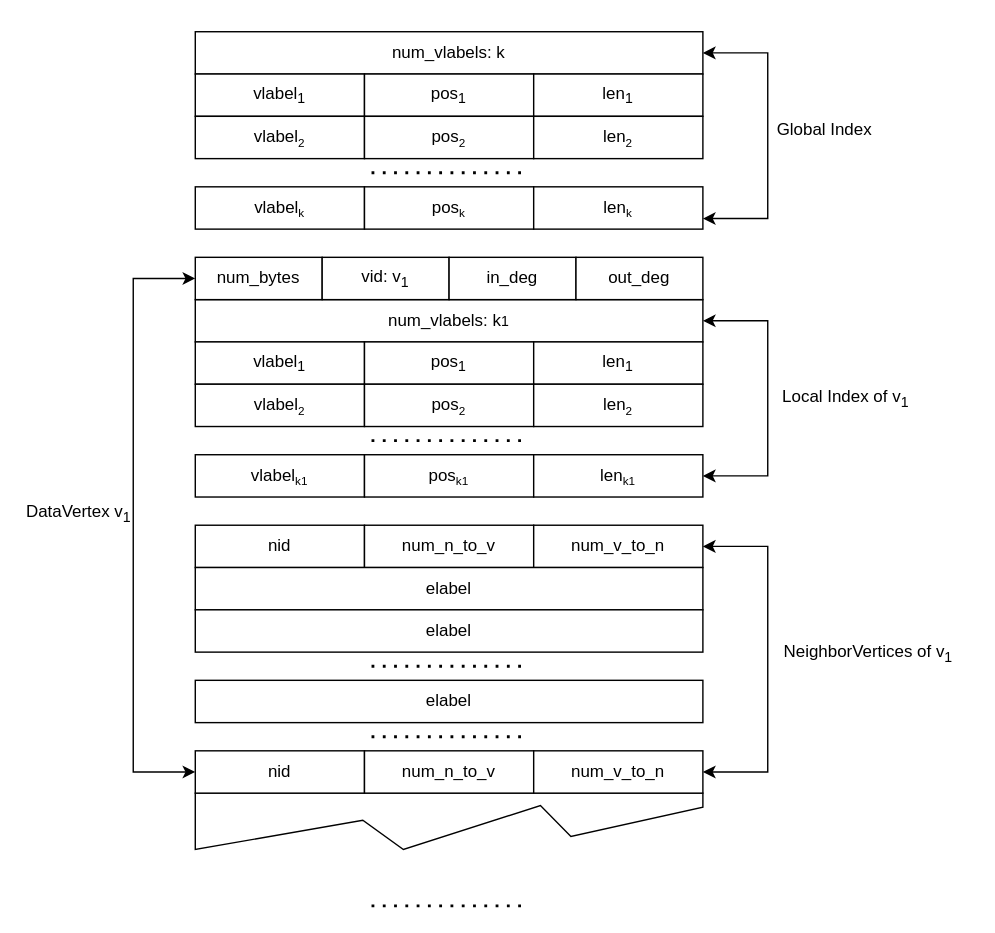
The draw.io diagram img/data_graph.drawio in E-Neo/opgm-paper, before the edit. Source tidied: cells renumbered, new cells numbered last; positions are measured from the earlier drawing's top-left corner, leaving out a move shared by most shapes. Both pictures are drawn from the tidied source at 141%, with x=0, y=0 at pixel (133, 31).
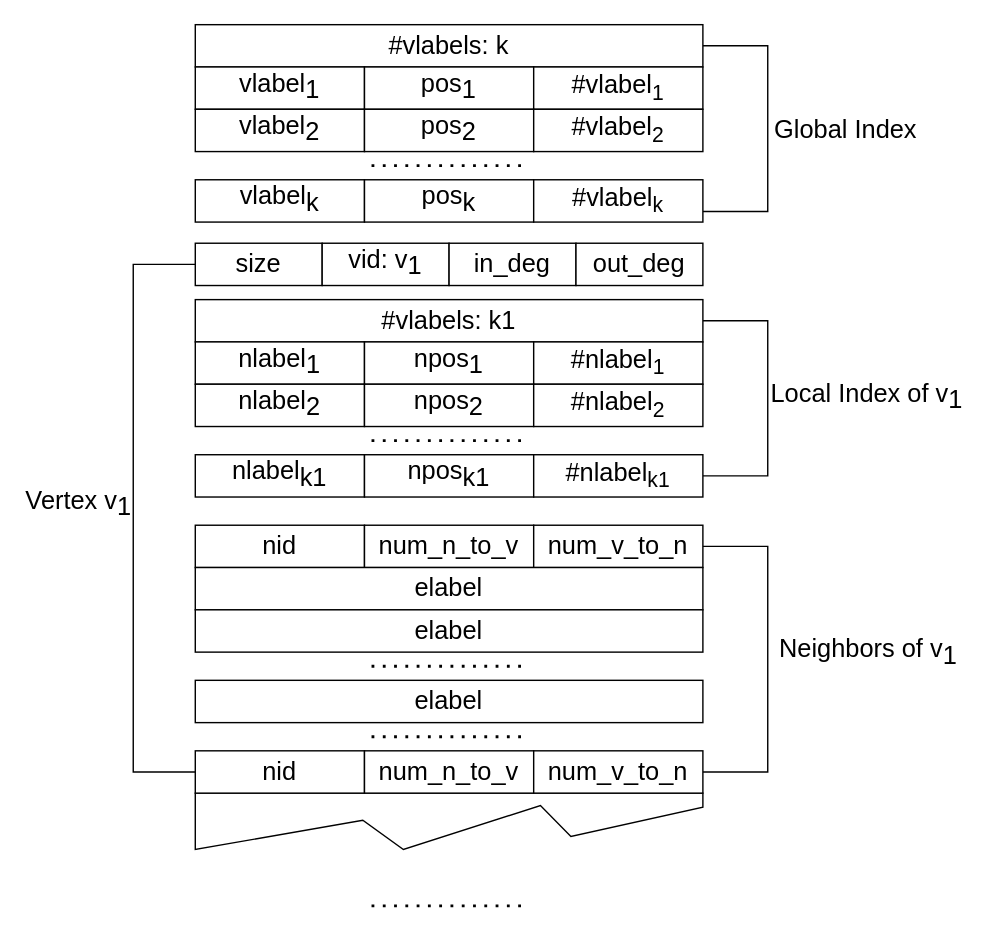
The same diagram, later.

Change to the diagram source:
```diff
@@
-    <mxCell id="2" style="edgeStyle=orthogonalEdgeStyle;rounded=0;jettySize=auto;html=1;exitX=1;exitY=0.5;exitDx=0;exitDy=0;entryX=1;entryY=0.75;entryDx=0;entryDy=0;startArrow=classic;startFill=1;" parent="1" edge="1" source="3" target="15">
+    <mxCell id="2" style="edgeStyle=orthogonalEdgeStyle;rounded=0;jettySize=auto;html=1;exitX=1;exitY=0.5;exitDx=0;exitDy=0;entryX=1;entryY=0.75;entryDx=0;entryDy=0;startArrow=none;startFill=0;fontSize=18;endArrow=none;endFill=0;" parent="1" edge="1" source="3" target="15">
       <mxGeometry relative="1" as="geometry">
         <Array as="points">
-          <mxPoint x="450" y="15" />
-          <mxPoint x="450" y="133" />
+          <mxPoint x="450" y="10" />
+          <mxPoint x="450" y="128" />
         </Array>
       </mxGeometry>
     </mxCell>
-    <mxCell id="3" value="num_vlabels: k" style="rounded=0;whiteSpace=wrap;html=1;" parent="1" vertex="1">
-      <mxGeometry x="44" width="360" height="30" as="geometry" />
+    <mxCell id="3" value="&lt;font style=&quot;font-size: 18px;&quot;&gt;#vlabels: k&lt;/font&gt;" style="rounded=0;whiteSpace=wrap;html=1;fontSize=18;" parent="1" vertex="1">
+      <mxGeometry x="44" y="-5" width="360" height="30" as="geometry" />
     </mxCell>
-    <mxCell id="4" style="group;" parent="1" vertex="1">
-      <mxGeometry x="44" y="30" width="360" height="30" as="geometry" />
+    <mxCell id="4" style="group;fontSize=18;" parent="1" vertex="1">
+      <mxGeometry x="44" y="25" width="360" height="30" as="geometry" />
     </mxCell>
-    <mxCell id="5" value="vlabel&lt;sub&gt;1&lt;/sub&gt;" style="rounded=0;whiteSpace=wrap;html=1;" parent="4" vertex="1">
+    <mxCell id="5" value="&lt;font style=&quot;font-size: 18px;&quot;&gt;vlabel&lt;sub style=&quot;font-size: 18px;&quot;&gt;1&lt;/sub&gt;&lt;/font&gt;" style="rounded=0;whiteSpace=wrap;html=1;fontSize=18;" parent="4" vertex="1">
       <mxGeometry width="120" height="30" as="geometry" />
     </mxCell>
-    <mxCell id="6" value="pos&lt;sub&gt;1&lt;/sub&gt;" style="rounded=0;whiteSpace=wrap;html=1;" parent="4" vertex="1">
+    <mxCell id="6" value="&lt;font style=&quot;font-size: 18px;&quot;&gt;pos&lt;sub style=&quot;font-size: 18px;&quot;&gt;1&lt;/sub&gt;&lt;/font&gt;" style="rounded=0;whiteSpace=wrap;html=1;fontSize=18;" parent="4" vertex="1">
       <mxGeometry x="120" width="120" height="30" as="geometry" />
     </mxCell>
-    <mxCell id="7" value="len&lt;sub&gt;1&lt;/sub&gt;" style="rounded=0;whiteSpace=wrap;html=1;" parent="4" vertex="1">
+    <mxCell id="7" value="#vlabel&lt;sub&gt;1&lt;/sub&gt;" style="rounded=0;whiteSpace=wrap;html=1;fontSize=18;" parent="4" vertex="1">
       <mxGeometry x="240" width="120" height="30" as="geometry" />
     </mxCell>
-    <mxCell id="8" style="group;" parent="1" vertex="1">
-      <mxGeometry x="44" y="60" width="360" height="30" as="geometry" />
+    <mxCell id="8" style="group;fontSize=18;" parent="1" vertex="1">
+      <mxGeometry x="44" y="55" width="360" height="30" as="geometry" />
     </mxCell>
-    <mxCell id="9" value="vlabel&lt;span style=&quot;font-size: 10px&quot;&gt;&lt;sub&gt;2&lt;/sub&gt;&lt;/span&gt;" style="rounded=0;whiteSpace=wrap;html=1;" parent="8" vertex="1">
+    <mxCell id="9" value="&lt;font style=&quot;font-size: 18px;&quot;&gt;vlabel&lt;sub style=&quot;font-size: 18px;&quot;&gt;2&lt;/sub&gt;&lt;/font&gt;" style="rounded=0;whiteSpace=wrap;html=1;fontSize=18;" parent="8" vertex="1">
       <mxGeometry width="120" height="30" as="geometry" />
     </mxCell>
-    <mxCell id="10" value="pos&lt;span style=&quot;font-size: 10px&quot;&gt;&lt;sub&gt;2&lt;/sub&gt;&lt;/span&gt;" style="rounded=0;whiteSpace=wrap;html=1;" parent="8" vertex="1">
+    <mxCell id="10" value="&lt;font style=&quot;font-size: 18px;&quot;&gt;pos&lt;sub style=&quot;font-size: 18px;&quot;&gt;2&lt;/sub&gt;&lt;/font&gt;" style="rounded=0;whiteSpace=wrap;html=1;fontSize=18;" parent="8" vertex="1">
       <mxGeometry x="120" width="120" height="30" as="geometry" />
     </mxCell>
-    <mxCell id="11" value="len&lt;span style=&quot;font-size: 10px&quot;&gt;&lt;sub&gt;2&lt;/sub&gt;&lt;/span&gt;" style="rounded=0;whiteSpace=wrap;html=1;" parent="8" vertex="1">
+    <mxCell id="11" value="#vlabel&lt;sub&gt;2&lt;/sub&gt;" style="rounded=0;whiteSpace=wrap;html=1;fontSize=18;" parent="8" vertex="1">
       <mxGeometry x="240" width="120" height="30" as="geometry" />
     </mxCell>
-    <mxCell id="12" style="group;" parent="1" vertex="1">
-      <mxGeometry x="44" y="110" width="360" height="30" as="geometry" />
+    <mxCell id="12" style="group;fontSize=18;" parent="1" vertex="1">
+      <mxGeometry x="44" y="105" width="360" height="30" as="geometry" />
     </mxCell>
-    <mxCell id="13" value="vlabel&lt;span style=&quot;font-size: 10px&quot;&gt;&lt;sub&gt;k&lt;/sub&gt;&lt;/span&gt;" style="rounded=0;whiteSpace=wrap;html=1;" parent="12" vertex="1">
+    <mxCell id="13" value="vlabel&lt;span style=&quot;font-size: 18px;&quot;&gt;&lt;sub style=&quot;font-size: 18px;&quot;&gt;k&lt;/sub&gt;&lt;/span&gt;" style="rounded=0;whiteSpace=wrap;html=1;fontSize=18;" parent="12" vertex="1">
       <mxGeometry width="120" height="30" as="geometry" />
     </mxCell>
-    <mxCell id="14" value="pos&lt;span style=&quot;font-size: 10px&quot;&gt;&lt;sub&gt;k&lt;/sub&gt;&lt;/span&gt;" style="rounded=0;whiteSpace=wrap;html=1;" parent="12" vertex="1">
+    <mxCell id="14" value="pos&lt;span style=&quot;font-size: 18px;&quot;&gt;&lt;sub style=&quot;font-size: 18px;&quot;&gt;k&lt;/sub&gt;&lt;/span&gt;" style="rounded=0;whiteSpace=wrap;html=1;fontSize=18;" parent="12" vertex="1">
       <mxGeometry x="120" width="120" height="30" as="geometry" />
     </mxCell>
-    <mxCell id="15" value="len&lt;span style=&quot;font-size: 10px&quot;&gt;&lt;sub&gt;k&lt;/sub&gt;&lt;/span&gt;" style="rounded=0;whiteSpace=wrap;html=1;" parent="12" vertex="1">
+    <mxCell id="15" value="#vlabel&lt;sub&gt;k&lt;/sub&gt;" style="rounded=0;whiteSpace=wrap;html=1;fontSize=18;" parent="12" vertex="1">
       <mxGeometry x="240" width="120" height="30" as="geometry" />
     </mxCell>
-    <mxCell id="16" style="endArrow=none;dashed=1;html=1;dashPattern=1 3;strokeWidth=2;spacing=2;verticalAlign=middle;" parent="1" edge="1">
+    <mxCell id="16" style="endArrow=none;dashed=1;html=1;dashPattern=1 3;strokeWidth=2;spacing=2;verticalAlign=middle;fontSize=18;" parent="1" edge="1">
       <mxGeometry relative="1" as="geometry">
-        <mxPoint x="169" y="100" as="sourcePoint" />
-        <mxPoint x="279" y="100" as="targetPoint" />
+        <mxPoint x="169" y="95" as="sourcePoint" />
+        <mxPoint x="279" y="95" as="targetPoint" />
       </mxGeometry>
     </mxCell>
-    <mxCell id="17" style="edgeStyle=orthogonalEdgeStyle;rounded=0;jettySize=auto;html=1;exitX=1;exitY=0.5;exitDx=0;exitDy=0;entryX=1;entryY=0.5;entryDx=0;entryDy=0;startArrow=classic;startFill=1;" parent="1" edge="1" source="18" target="30">
+    <mxCell id="17" style="edgeStyle=orthogonalEdgeStyle;rounded=0;jettySize=auto;html=1;exitX=1;exitY=0.5;exitDx=0;exitDy=0;entryX=1;entryY=0.5;entryDx=0;entryDy=0;startArrow=none;startFill=0;fontSize=18;endArrow=none;endFill=0;" parent="1" edge="1" source="18" target="30">
       <mxGeometry relative="1" as="geometry">
         <Array as="points">
           <mxPoint x="450" y="205" />
           <mxPoint x="450" y="315" />
         </Array>
       </mxGeometry>
     </mxCell>
-    <mxCell id="18" value="num_vlabels: k&lt;span style=&quot;font-size: 10px&quot;&gt;1&lt;/span&gt;" style="rounded=0;whiteSpace=wrap;html=1;" parent="1" vertex="1">
+    <mxCell id="18" value="#vlabels: k&lt;span style=&quot;font-size: 18px&quot;&gt;1&lt;/span&gt;" style="rounded=0;whiteSpace=wrap;html=1;fontSize=18;" parent="1" vertex="1">
       <mxGeometry x="44" y="190" width="360" height="30" as="geometry" />
     </mxCell>
-    <mxCell id="19" style="group;" parent="1" vertex="1">
+    <mxCell id="19" style="group;fontSize=18;" parent="1" vertex="1">
       <mxGeometry x="44" y="220" width="360" height="30" as="geometry" />
     </mxCell>
-    <mxCell id="20" value="vlabel&lt;sub&gt;1&lt;/sub&gt;" style="rounded=0;whiteSpace=wrap;html=1;" parent="19" vertex="1">
+    <mxCell id="20" value="nlabel&lt;sub style=&quot;font-size: 18px&quot;&gt;1&lt;/sub&gt;" style="rounded=0;whiteSpace=wrap;html=1;fontSize=18;" parent="19" vertex="1">
       <mxGeometry width="120" height="30" as="geometry" />
     </mxCell>
-    <mxCell id="21" value="pos&lt;sub&gt;1&lt;/sub&gt;" style="rounded=0;whiteSpace=wrap;html=1;" parent="19" vertex="1">
+    <mxCell id="21" value="npos&lt;sub style=&quot;font-size: 18px&quot;&gt;1&lt;/sub&gt;" style="rounded=0;whiteSpace=wrap;html=1;fontSize=18;" parent="19" vertex="1">
       <mxGeometry x="120" width="120" height="30" as="geometry" />
     </mxCell>
-    <mxCell id="22" value="len&lt;sub&gt;1&lt;/sub&gt;" style="rounded=0;whiteSpace=wrap;html=1;" parent="19" vertex="1">
+    <mxCell id="22" value="#nlabel&lt;sub&gt;1&lt;/sub&gt;" style="rounded=0;whiteSpace=wrap;html=1;fontSize=18;" parent="19" vertex="1">
       <mxGeometry x="240" width="120" height="30" as="geometry" />
     </mxCell>
-    <mxCell id="23" style="group;" parent="1" vertex="1">
+    <mxCell id="23" style="group;fontSize=18;" parent="1" vertex="1">
       <mxGeometry x="44" y="250" width="360" height="30" as="geometry" />
     </mxCell>
-    <mxCell id="24" value="vlabel&lt;span style=&quot;font-size: 10px&quot;&gt;&lt;sub&gt;2&lt;/sub&gt;&lt;/span&gt;" style="rounded=0;whiteSpace=wrap;html=1;" parent="23" vertex="1">
+    <mxCell id="24" value="nlabel&lt;span style=&quot;font-size: 18px&quot;&gt;&lt;sub style=&quot;font-size: 18px&quot;&gt;2&lt;/sub&gt;&lt;/span&gt;" style="rounded=0;whiteSpace=wrap;html=1;fontSize=18;" parent="23" vertex="1">
       <mxGeometry width="120" height="30" as="geometry" />
     </mxCell>
-    <mxCell id="25" value="pos&lt;span style=&quot;font-size: 10px&quot;&gt;&lt;sub&gt;2&lt;/sub&gt;&lt;/span&gt;" style="rounded=0;whiteSpace=wrap;html=1;" parent="23" vertex="1">
+    <mxCell id="25" value="npos&lt;span style=&quot;font-size: 18px&quot;&gt;&lt;sub style=&quot;font-size: 18px&quot;&gt;2&lt;/sub&gt;&lt;/span&gt;" style="rounded=0;whiteSpace=wrap;html=1;fontSize=18;" parent="23" vertex="1">
       <mxGeometry x="120" width="120" height="30" as="geometry" />
     </mxCell>
-    <mxCell id="26" value="len&lt;span style=&quot;font-size: 10px&quot;&gt;&lt;sub&gt;2&lt;/sub&gt;&lt;/span&gt;" style="rounded=0;whiteSpace=wrap;html=1;" parent="23" vertex="1">
+    <mxCell id="26" value="#nlabel&lt;sub&gt;2&lt;/sub&gt;" style="rounded=0;whiteSpace=wrap;html=1;fontSize=18;" parent="23" vertex="1">
       <mxGeometry x="240" width="120" height="30" as="geometry" />
     </mxCell>
-    <mxCell id="27" style="group;" parent="1" vertex="1">
+    <mxCell id="27" style="group;fontSize=18;" parent="1" vertex="1">
       <mxGeometry x="44" y="300" width="360" height="30" as="geometry" />
     </mxCell>
-    <mxCell id="28" value="vlabel&lt;span style=&quot;font-size: 10px&quot;&gt;&lt;sub&gt;k1&lt;/sub&gt;&lt;/span&gt;" style="rounded=0;whiteSpace=wrap;html=1;" parent="27" vertex="1">
+    <mxCell id="28" value="nlabel&lt;span style=&quot;font-size: 18px&quot;&gt;&lt;sub style=&quot;font-size: 18px&quot;&gt;k1&lt;/sub&gt;&lt;/span&gt;" style="rounded=0;whiteSpace=wrap;html=1;fontSize=18;" parent="27" vertex="1">
       <mxGeometry width="120" height="30" as="geometry" />
     </mxCell>
-    <mxCell id="29" value="pos&lt;span style=&quot;font-size: 10px&quot;&gt;&lt;sub&gt;k1&lt;/sub&gt;&lt;/span&gt;" style="rounded=0;whiteSpace=wrap;html=1;" parent="27" vertex="1">
+    <mxCell id="29" value="npos&lt;span style=&quot;font-size: 18px&quot;&gt;&lt;sub style=&quot;font-size: 18px&quot;&gt;k1&lt;/sub&gt;&lt;/span&gt;" style="rounded=0;whiteSpace=wrap;html=1;fontSize=18;" parent="27" vertex="1">
       <mxGeometry x="120" width="120" height="30" as="geometry" />
     </mxCell>
-    <mxCell id="30" value="len&lt;span style=&quot;font-size: 10px&quot;&gt;&lt;sub&gt;k1&lt;/sub&gt;&lt;/span&gt;" style="rounded=0;whiteSpace=wrap;html=1;" parent="27" vertex="1">
+    <mxCell id="30" value="#nlabel&lt;sub&gt;k1&lt;/sub&gt;" style="rounded=0;whiteSpace=wrap;html=1;fontSize=18;" parent="27" vertex="1">
       <mxGeometry x="240" width="120" height="30" as="geometry" />
     </mxCell>
-    <mxCell id="31" style="endArrow=none;dashed=1;html=1;dashPattern=1 3;strokeWidth=2;spacing=2;verticalAlign=middle;" parent="1" edge="1">
+    <mxCell id="31" style="endArrow=none;dashed=1;html=1;dashPattern=1 3;strokeWidth=2;spacing=2;verticalAlign=middle;fontSize=18;" parent="1" edge="1">
       <mxGeometry relative="1" as="geometry">
         <mxPoint x="169" y="290" as="sourcePoint" />
         <mxPoint x="279" y="290" as="targetPoint" />
       </mxGeometry>
     </mxCell>
-    <mxCell id="32" style="group;" parent="1" vertex="1">
-      <mxGeometry x="44" y="160" width="360" height="30" as="geometry" />
+    <mxCell id="32" style="group;fontSize=18;" parent="1" vertex="1">
+      <mxGeometry x="44" y="150" width="360" height="30" as="geometry" />
     </mxCell>
-    <mxCell id="33" value="num_bytes" style="rounded=0;whiteSpace=wrap;html=1;" parent="32" vertex="1">
+    <mxCell id="33" value="size" style="rounded=0;whiteSpace=wrap;html=1;fontSize=18;" parent="32" vertex="1">
       <mxGeometry width="90" height="30" as="geometry" />
     </mxCell>
-    <mxCell id="34" value="vid: v&lt;sub&gt;1&lt;/sub&gt;" style="rounded=0;whiteSpace=wrap;html=1;" parent="32" vertex="1">
+    <mxCell id="34" value="vid: v&lt;sub style=&quot;font-size: 18px;&quot;&gt;1&lt;/sub&gt;" style="rounded=0;whiteSpace=wrap;html=1;fontSize=18;" parent="32" vertex="1">
       <mxGeometry x="90" width="90" height="30" as="geometry" />
     </mxCell>
-    <mxCell id="35" value="in_deg" style="rounded=0;whiteSpace=wrap;html=1;" parent="32" vertex="1">
+    <mxCell id="35" value="in_deg" style="rounded=0;whiteSpace=wrap;html=1;fontSize=18;" parent="32" vertex="1">
       <mxGeometry x="180" width="90" height="30" as="geometry" />
     </mxCell>
-    <mxCell id="36" value="out_deg" style="rounded=0;whiteSpace=wrap;html=1;" parent="32" vertex="1">
+    <mxCell id="36" value="out_deg" style="rounded=0;whiteSpace=wrap;html=1;fontSize=18;" parent="32" vertex="1">
       <mxGeometry x="270" width="90" height="30" as="geometry" />
     </mxCell>
-    <mxCell id="37" style="group;" parent="1" vertex="1">
+    <mxCell id="37" style="group;fontSize=18;" parent="1" vertex="1">
       <mxGeometry x="44" y="350" width="360" height="30" as="geometry" />
     </mxCell>
-    <mxCell id="38" value="nid" style="rounded=0;whiteSpace=wrap;html=1;" parent="37" vertex="1">
+    <mxCell id="38" value="nid" style="rounded=0;whiteSpace=wrap;html=1;fontSize=18;" parent="37" vertex="1">
       <mxGeometry width="120" height="30" as="geometry" />
     </mxCell>
-    <mxCell id="39" value="num_n_to_v" style="rounded=0;whiteSpace=wrap;html=1;" parent="37" vertex="1">
+    <mxCell id="39" value="num_n_to_v" style="rounded=0;whiteSpace=wrap;html=1;fontSize=18;" parent="37" vertex="1">
       <mxGeometry x="120" width="120" height="30" as="geometry" />
     </mxCell>
-    <mxCell id="40" value="num_v_to_n" style="rounded=0;whiteSpace=wrap;html=1;" parent="37" vertex="1">
+    <mxCell id="40" value="num_v_to_n" style="rounded=0;whiteSpace=wrap;html=1;fontSize=18;" parent="37" vertex="1">
       <mxGeometry x="240" width="120" height="30" as="geometry" />
     </mxCell>
-    <mxCell id="41" value="elabel" style="rounded=0;whiteSpace=wrap;html=1;" parent="1" vertex="1">
+    <mxCell id="41" value="elabel" style="rounded=0;whiteSpace=wrap;html=1;fontSize=18;" parent="1" vertex="1">
       <mxGeometry x="44" y="380" width="360" height="30" as="geometry" />
     </mxCell>
-    <mxCell id="42" value="elabel" style="rounded=0;whiteSpace=wrap;html=1;" parent="1" vertex="1">
+    <mxCell id="42" value="elabel" style="rounded=0;whiteSpace=wrap;html=1;fontSize=18;" parent="1" vertex="1">
       <mxGeometry x="44" y="410" width="360" height="30" as="geometry" />
     </mxCell>
-    <mxCell id="43" style="endArrow=none;dashed=1;html=1;dashPattern=1 3;strokeWidth=2;spacing=2;verticalAlign=middle;" parent="1" edge="1">
+    <mxCell id="43" style="endArrow=none;dashed=1;html=1;dashPattern=1 3;strokeWidth=2;spacing=2;verticalAlign=middle;fontSize=18;" parent="1" edge="1">
       <mxGeometry relative="1" as="geometry">
         <mxPoint x="169" y="450" as="sourcePoint" />
         <mxPoint x="279" y="450" as="targetPoint" />
       </mxGeometry>
     </mxCell>
-    <mxCell id="44" value="elabel" style="rounded=0;whiteSpace=wrap;html=1;" parent="1" vertex="1">
+    <mxCell id="44" value="elabel" style="rounded=0;whiteSpace=wrap;html=1;fontSize=18;" parent="1" vertex="1">
       <mxGeometry x="44" y="460" width="360" height="30" as="geometry" />
     </mxCell>
-    <mxCell id="45" style="edgeStyle=orthogonalEdgeStyle;rounded=0;jettySize=auto;html=1;exitX=0;exitY=0.5;exitDx=0;exitDy=0;startArrow=classic;startFill=1;endArrow=classic;endFill=1;entryX=0;entryY=0.5;entryDx=0;entryDy=0;" parent="1" edge="1" source="33" target="52">
+    <mxCell id="45" style="edgeStyle=orthogonalEdgeStyle;rounded=0;jettySize=auto;html=1;exitX=0;exitY=0.5;exitDx=0;exitDy=0;startArrow=none;startFill=0;endArrow=none;endFill=0;entryX=0;entryY=0.5;entryDx=0;entryDy=0;fontSize=18;" parent="1" edge="1" source="33" target="52">
       <mxGeometry relative="1" as="geometry">
         <Array as="points">
-          <mxPoint y="175" />
+          <mxPoint y="165" />
           <mxPoint y="525" />
         </Array>
       </mxGeometry>
     </mxCell>
-    <mxCell id="46" value="&lt;font style=&quot;font-size: 12px&quot;&gt;DataVertex v&lt;sub&gt;1&lt;/sub&gt;&lt;/font&gt;" style="edgeLabel;html=1;align=center;verticalAlign=middle;" parent="45" vertex="1">
+    <mxCell id="46" value="&lt;font style=&quot;font-size: 18px&quot;&gt;Vertex v&lt;sub style=&quot;font-size: 18px&quot;&gt;1&lt;/sub&gt;&lt;/font&gt;" style="edgeLabel;html=1;align=center;verticalAlign=middle;fontSize=18;" parent="45" vertex="1">
       <mxGeometry x="-0.06" y="2" relative="1" as="geometry">
-        <mxPoint x="-42" y="4" as="offset" />
+        <mxPoint x="-42" y="3" as="offset" />
       </mxGeometry>
     </mxCell>
-    <mxCell id="47" style="edgeStyle=orthogonalEdgeStyle;rounded=0;jettySize=auto;html=1;exitX=1;exitY=0.5;exitDx=0;exitDy=0;startArrow=classic;startFill=1;endArrow=classic;endFill=1;entryX=1;entryY=0.5;entryDx=0;entryDy=0;" parent="1" edge="1" source="40" target="54">
+    <mxCell id="47" style="edgeStyle=orthogonalEdgeStyle;rounded=0;jettySize=auto;html=1;exitX=1;exitY=0.5;exitDx=0;exitDy=0;startArrow=none;startFill=0;endArrow=none;endFill=0;entryX=1;entryY=0.5;entryDx=0;entryDy=0;fontSize=18;" parent="1" edge="1" source="40" target="54">
       <mxGeometry relative="1" as="geometry">
         <Array as="points">
           <mxPoint x="450" y="365" />
           <mxPoint x="450" y="525" />
         </Array>
       </mxGeometry>
     </mxCell>
-    <mxCell id="48" value="&lt;font style=&quot;font-size: 12px&quot;&gt;NeighborVertices of v&lt;sub&gt;1&lt;/sub&gt;&lt;/font&gt;" style="edgeLabel;html=1;align=center;verticalAlign=middle;" parent="47" vertex="1">
+    <mxCell id="48" value="&lt;font style=&quot;font-size: 18px&quot;&gt;Neighbors of v&lt;sub style=&quot;font-size: 18px&quot;&gt;1&lt;/sub&gt;&lt;/font&gt;" style="edgeLabel;html=1;align=center;verticalAlign=middle;fontSize=18;" parent="47" vertex="1">
       <mxGeometry x="-0.22" y="-1" relative="1" as="geometry">
         <mxPoint x="71" y="23" as="offset" />
       </mxGeometry>
     </mxCell>
-    <mxCell id="49" style="endArrow=none;dashed=1;html=1;dashPattern=1 3;strokeWidth=2;spacing=2;verticalAlign=middle;" parent="1" edge="1">
-      <mxGeometry x="234" y="500" as="geometry">
+    <mxCell id="49" style="endArrow=none;dashed=1;html=1;dashPattern=1 3;strokeWidth=2;spacing=2;verticalAlign=middle;fontSize=18;" parent="1" edge="1">
+      <mxGeometry x="234" y="505" as="geometry">
         <mxPoint x="169" y="500" as="sourcePoint" />
         <mxPoint x="279" y="500" as="targetPoint" />
       </mxGeometry>
     </mxCell>
-    <mxCell id="50" style="verticalLabelPosition=bottom;verticalAlign=top;html=1;shape=mxgraph.basic.polygon;polyCoords=[[0,0],[1,0],[1,0.25],[0.74,0.77],[0.68,0.22],[0.41,1],[0.33,0.48],[0,1]];polyline=0;shadow=0;" parent="1" vertex="1">
+    <mxCell id="50" style="verticalLabelPosition=bottom;verticalAlign=top;html=1;shape=mxgraph.basic.polygon;polyCoords=[[0,0],[1,0],[1,0.25],[0.74,0.77],[0.68,0.22],[0.41,1],[0.33,0.48],[0,1]];polyline=0;shadow=0;fontSize=18;" parent="1" vertex="1">
       <mxGeometry x="44" y="540" width="360" height="40" as="geometry" />
     </mxCell>
-    <mxCell id="51" style="group;" parent="1" vertex="1">
+    <mxCell id="51" style="group;fontSize=18;" parent="1" vertex="1">
       <mxGeometry x="44" y="510" width="360" height="30" as="geometry" />
     </mxCell>
-    <mxCell id="52" value="nid" style="rounded=0;whiteSpace=wrap;html=1;" parent="51" vertex="1">
+    <mxCell id="52" value="nid" style="rounded=0;whiteSpace=wrap;html=1;fontSize=18;" parent="51" vertex="1">
       <mxGeometry width="120" height="30" as="geometry" />
     </mxCell>
-    <mxCell id="53" value="num_n_to_v" style="rounded=0;whiteSpace=wrap;html=1;" parent="51" vertex="1">
+    <mxCell id="53" value="num_n_to_v" style="rounded=0;whiteSpace=wrap;html=1;fontSize=18;" parent="51" vertex="1">
       <mxGeometry x="120" width="120" height="30" as="geometry" />
     </mxCell>
-    <mxCell id="54" value="num_v_to_n" style="rounded=0;whiteSpace=wrap;html=1;" parent="51" vertex="1">
+    <mxCell id="54" value="num_v_to_n" style="rounded=0;whiteSpace=wrap;html=1;fontSize=18;" parent="51" vertex="1">
       <mxGeometry x="240" width="120" height="30" as="geometry" />
     </mxCell>
-    <mxCell id="55" style="endArrow=none;dashed=1;html=1;dashPattern=1 3;strokeWidth=2;spacing=2;verticalAlign=middle;" parent="1" edge="1">
-      <mxGeometry x="234" y="620" as="geometry">
+    <mxCell id="55" style="endArrow=none;dashed=1;html=1;dashPattern=1 3;strokeWidth=2;spacing=2;verticalAlign=middle;fontSize=18;" parent="1" edge="1">
+      <mxGeometry x="234" y="625" as="geometry">
         <mxPoint x="169" y="620" as="sourcePoint" />
         <mxPoint x="279" y="620" as="targetPoint" />
       </mxGeometry>
     </mxCell>
-    <mxCell id="56" value="Local Index of v&lt;sub&gt;1&lt;/sub&gt;" style="text;html=1;align=center;verticalAlign=middle;" parent="1" vertex="1">
-      <mxGeometry x="450" y="250" width="110" height="20" as="geometry" />
+    <mxCell id="56" value="Local Index of v&lt;sub style=&quot;font-size: 18px;&quot;&gt;1&lt;/sub&gt;" style="text;html=1;align=center;verticalAlign=middle;fontSize=18;" parent="1" vertex="1">
+      <mxGeometry x="445" y="245" width="150" height="30" as="geometry" />
     </mxCell>
-    <mxCell id="57" value="Global Index" style="text;html=1;align=center;verticalAlign=middle;" parent="1" vertex="1">
-      <mxGeometry x="450" y="60" width="80" height="20" as="geometry" />
+    <mxCell id="57" value="Global Index" style="text;html=1;align=center;verticalAlign=middle;fontSize=18;" parent="1" vertex="1">
+      <mxGeometry x="445" y="55" width="120" height="30" as="geometry" />
     </mxCell>
```
